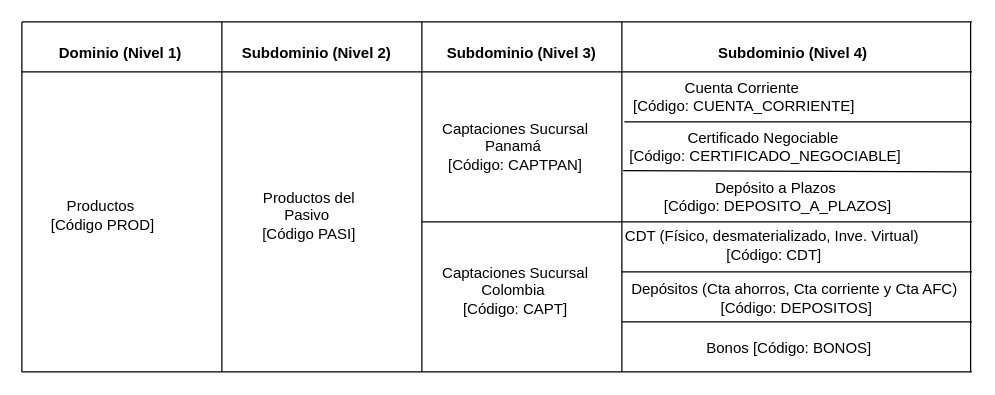
rdlarosa2/x4 keeps this draw.io diagram as page "TablaCodigosProductos_MediosDePago" (9 of 15) of InversionVirtual.drawio. Above is the earlier version. Source tidied: cells renumbered, new cells numbered last; positions are measured from the earlier drawing's top-left corner, leaving out a move shared by most shapes. Both pictures are drawn from the tidied source at 125%, with x=0, y=0 at pixel (21, 21).
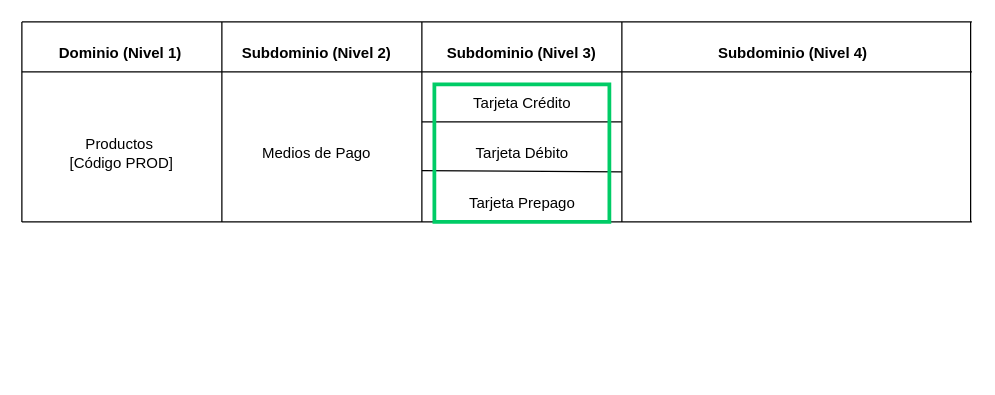
After the change.

Change to the diagram source:
```diff
@@
-    <mxCell id="2" style="group;" parent="1" vertex="1">
-      <mxGeometry width="760" height="280" as="geometry" />
-    </mxCell>
-    <mxCell id="3" style="endArrow=none;html=1;rounded=0;fontFamily=Helvetica;fontSize=12;fontColor=default;" parent="2" edge="1">
+    <mxCell id="3" style="endArrow=none;html=1;rounded=0;fontFamily=Helvetica;fontSize=12;fontColor=default;" parent="1" edge="1">
       <mxGeometry relative="1" as="geometry">
         <mxPoint as="sourcePoint" />
         <mxPoint x="760" as="targetPoint" />
       </mxGeometry>
     </mxCell>
-    <mxCell id="4" style="endArrow=none;html=1;rounded=0;fontFamily=Helvetica;fontSize=12;fontColor=default;" parent="2" edge="1">
+    <mxCell id="4" style="endArrow=none;html=1;rounded=0;fontFamily=Helvetica;fontSize=12;fontColor=default;" parent="1" edge="1">
       <mxGeometry relative="1" as="geometry">
         <mxPoint y="40" as="sourcePoint" />
         <mxPoint x="760" y="40" as="targetPoint" />
       </mxGeometry>
     </mxCell>
-    <mxCell id="5" value="&lt;b&gt;Dominio (Nivel 1)&lt;/b&gt;" style="text;html=1;whiteSpace=wrap;strokeColor=none;fillColor=none;align=center;verticalAlign=middle;rounded=0;" parent="2" vertex="1">
+    <mxCell id="5" value="&lt;b&gt;Dominio (Nivel 1)&lt;/b&gt;" style="text;html=1;whiteSpace=wrap;strokeColor=none;fillColor=none;align=center;verticalAlign=middle;rounded=0;" parent="1" vertex="1">
       <mxGeometry x="24" y="10" width="110" height="30" as="geometry" />
     </mxCell>
-    <mxCell id="6" style="endArrow=none;html=1;rounded=0;fontFamily=Helvetica;fontSize=12;fontColor=default;" parent="2" edge="1">
+    <mxCell id="6" style="endArrow=none;html=1;rounded=0;fontFamily=Helvetica;fontSize=12;fontColor=default;" parent="1" edge="1">
       <mxGeometry relative="1" as="geometry">
-        <mxPoint y="280" as="sourcePoint" />
+        <mxPoint y="160" as="sourcePoint" />
         <mxPoint as="targetPoint" />
       </mxGeometry>
     </mxCell>
-    <mxCell id="7" style="endArrow=none;html=1;rounded=0;fontFamily=Helvetica;fontSize=12;fontColor=default;" parent="2" edge="1">
+    <mxCell id="7" style="endArrow=none;html=1;rounded=0;fontFamily=Helvetica;fontSize=12;fontColor=default;" parent="1" edge="1">
       <mxGeometry relative="1" as="geometry">
-        <mxPoint x="160" y="280" as="sourcePoint" />
+        <mxPoint x="160" y="160" as="sourcePoint" />
         <mxPoint x="160" as="targetPoint" />
       </mxGeometry>
     </mxCell>
-    <mxCell id="8" style="endArrow=none;html=1;rounded=0;fontFamily=Helvetica;fontSize=12;fontColor=default;" parent="2" edge="1">
+    <mxCell id="8" style="endArrow=none;html=1;rounded=0;fontFamily=Helvetica;fontSize=12;fontColor=default;" parent="1" edge="1">
       <mxGeometry relative="1" as="geometry">
-        <mxPoint x="320" y="280" as="sourcePoint" />
+        <mxPoint x="320" y="160" as="sourcePoint" />
         <mxPoint x="320" as="targetPoint" />
       </mxGeometry>
     </mxCell>
-    <mxCell id="9" style="endArrow=none;html=1;rounded=0;fontFamily=Helvetica;fontSize=12;fontColor=default;" parent="2" edge="1">
+    <mxCell id="9" style="endArrow=none;html=1;rounded=0;fontFamily=Helvetica;fontSize=12;fontColor=default;" parent="1" edge="1">
       <mxGeometry relative="1" as="geometry">
-        <mxPoint x="480" y="280" as="sourcePoint" />
+        <mxPoint x="480" y="160" as="sourcePoint" />
         <mxPoint x="480" as="targetPoint" />
       </mxGeometry>
     </mxCell>
-    <mxCell id="10" style="endArrow=none;html=1;rounded=0;fontFamily=Helvetica;fontSize=12;fontColor=default;" parent="2" edge="1">
+    <mxCell id="10" style="endArrow=none;html=1;rounded=0;fontFamily=Helvetica;fontSize=12;fontColor=default;" parent="1" edge="1">
       <mxGeometry relative="1" as="geometry">
-        <mxPoint x="759" y="280" as="sourcePoint" />
+        <mxPoint x="759" y="160" as="sourcePoint" />
         <mxPoint x="759" as="targetPoint" />
       </mxGeometry>
     </mxCell>
-    <mxCell id="11" style="endArrow=none;html=1;rounded=0;fontFamily=Helvetica;fontSize=12;fontColor=default;" parent="2" edge="1">
-      <mxGeometry relative="1" as="geometry">
-        <mxPoint y="280" as="sourcePoint" />
-        <mxPoint x="760" y="280" as="targetPoint" />
-      </mxGeometry>
-    </mxCell>
-    <mxCell id="12" value="&lt;b&gt;Subdominio (Nivel 2)&lt;/b&gt;" style="text;html=1;whiteSpace=wrap;strokeColor=none;fillColor=none;align=center;verticalAlign=middle;rounded=0;" parent="2" vertex="1">
+    <mxCell id="12" value="&lt;b&gt;Subdominio (Nivel 2)&lt;/b&gt;" style="text;html=1;whiteSpace=wrap;strokeColor=none;fillColor=none;align=center;verticalAlign=middle;rounded=0;" parent="1" vertex="1">
       <mxGeometry x="166" y="10" width="140" height="30" as="geometry" />
     </mxCell>
-    <mxCell id="13" value="&lt;b&gt;Subdominio (Nivel 3)&lt;/b&gt;" style="text;html=1;whiteSpace=wrap;strokeColor=none;fillColor=none;align=center;verticalAlign=middle;rounded=0;" parent="2" vertex="1">
+    <mxCell id="13" value="&lt;b&gt;Subdominio (Nivel 3)&lt;/b&gt;" style="text;html=1;whiteSpace=wrap;strokeColor=none;fillColor=none;align=center;verticalAlign=middle;rounded=0;" parent="1" vertex="1">
       <mxGeometry x="330" y="10" width="140" height="30" as="geometry" />
     </mxCell>
-    <mxCell id="14" value="&lt;b&gt;Subdominio (Nivel 4)&lt;/b&gt;" style="text;html=1;whiteSpace=wrap;strokeColor=none;fillColor=none;align=center;verticalAlign=middle;rounded=0;" parent="2" vertex="1">
+    <mxCell id="14" value="&lt;b&gt;Subdominio (Nivel 4)&lt;/b&gt;" style="text;html=1;whiteSpace=wrap;strokeColor=none;fillColor=none;align=center;verticalAlign=middle;rounded=0;" parent="1" vertex="1">
       <mxGeometry x="547" y="10" width="140" height="30" as="geometry" />
     </mxCell>
-    <mxCell id="15" style="endArrow=none;html=1;rounded=0;fontFamily=Helvetica;fontSize=12;fontColor=default;" parent="2" edge="1">
-      <mxGeometry relative="1" as="geometry">
-        <mxPoint x="480" y="200" as="sourcePoint" />
-        <mxPoint x="760" y="200" as="targetPoint" />
-      </mxGeometry>
-    </mxCell>
-    <mxCell id="16" style="endArrow=none;html=1;rounded=0;fontFamily=Helvetica;fontSize=12;fontColor=default;" parent="2" edge="1">
-      <mxGeometry relative="1" as="geometry">
-        <mxPoint x="480" y="240" as="sourcePoint" />
-        <mxPoint x="760" y="240" as="targetPoint" />
-      </mxGeometry>
-    </mxCell>
-    <mxCell id="17" style="endArrow=none;html=1;rounded=0;fontFamily=Helvetica;fontSize=12;fontColor=default;exitX=0.043;exitY=1.167;exitDx=0;exitDy=0;exitPerimeter=0;" parent="2" edge="1" source="20">
+    <mxCell id="17" style="endArrow=none;html=1;rounded=0;fontFamily=Helvetica;fontSize=12;fontColor=default;exitX=0.043;exitY=1.167;exitDx=0;exitDy=0;exitPerimeter=0;entryX=0.033;entryY=1.167;entryDx=0;entryDy=0;entryPerimeter=0;" parent="1" edge="1">
       <mxGeometry relative="1" as="geometry">
-        <mxPoint x="760" y="80" as="targetPoint" />
+        <mxPoint x="320" y="80" as="sourcePoint" />
+        <mxPoint x="479.9" y="80" as="targetPoint" />
       </mxGeometry>
     </mxCell>
-    <mxCell id="18" value="Productos&amp;nbsp;&lt;div&gt;[Código PROD]&lt;/div&gt;" style="text;html=1;whiteSpace=wrap;strokeColor=none;fillColor=none;align=center;verticalAlign=middle;rounded=0;" parent="2" vertex="1">
-      <mxGeometry x="10" y="140" width="110" height="30" as="geometry" />
+    <mxCell id="18" value="Productos&amp;nbsp;&lt;div&gt;[Código PROD]&lt;/div&gt;" style="text;html=1;whiteSpace=wrap;strokeColor=none;fillColor=none;align=center;verticalAlign=middle;rounded=0;" parent="1" vertex="1">
+      <mxGeometry x="25" y="90" width="110" height="30" as="geometry" />
     </mxCell>
-    <mxCell id="19" value="Productos del Pasivo&amp;nbsp;&lt;div&gt;[Código PASI]&lt;/div&gt;" style="text;html=1;whiteSpace=wrap;strokeColor=none;fillColor=none;align=center;verticalAlign=middle;rounded=0;" parent="2" vertex="1">
-      <mxGeometry x="175" y="140" width="110" height="30" as="geometry" />
+    <mxCell id="19" value="Medios de Pago" style="text;html=1;whiteSpace=wrap;strokeColor=none;fillColor=none;align=center;verticalAlign=middle;rounded=0;" parent="1" vertex="1">
+      <mxGeometry x="181" y="90" width="110" height="30" as="geometry" />
     </mxCell>
-    <mxCell id="20" value="Cuenta Corriente&amp;nbsp;&lt;div&gt;[Código: CUENTA_CORRIENTE]&lt;/div&gt;" style="text;html=1;whiteSpace=wrap;strokeColor=none;fillColor=none;align=center;verticalAlign=middle;rounded=0;" parent="2" vertex="1">
-      <mxGeometry x="473" y="45" width="210" height="30" as="geometry" />
-    </mxCell>
-    <mxCell id="21" style="endArrow=none;html=1;rounded=0;fontFamily=Helvetica;fontSize=12;fontColor=default;" parent="2" edge="1">
+    <mxCell id="21" style="endArrow=none;html=1;rounded=0;fontFamily=Helvetica;fontSize=12;fontColor=default;" parent="1" edge="1">
       <mxGeometry relative="1" as="geometry">
-        <mxPoint x="481" y="119" as="sourcePoint" />
-        <mxPoint x="760" y="120" as="targetPoint" />
+        <mxPoint x="320" y="119" as="sourcePoint" />
+        <mxPoint x="480" y="120" as="targetPoint" />
       </mxGeometry>
     </mxCell>
-    <mxCell id="22" value="&lt;font&gt;Certificado Negociable&amp;nbsp;&lt;/font&gt;&lt;div&gt;&lt;font&gt;[Código: CERTIFICADO_NEGOCIABLE]&lt;/font&gt;&lt;/div&gt;" style="text;html=1;whiteSpace=wrap;strokeColor=none;fillColor=none;align=center;verticalAlign=middle;rounded=0;" parent="2" vertex="1">
-      <mxGeometry x="470" y="85" width="250" height="30" as="geometry" />
-    </mxCell>
-    <mxCell id="23" value="&lt;font&gt;Depósito a Plazos&amp;nbsp;&lt;/font&gt;&lt;div&gt;&lt;font&gt;[Código: DEPOSITO_A_PLAZOS]&lt;/font&gt;&lt;/div&gt;" style="text;html=1;whiteSpace=wrap;strokeColor=none;fillColor=none;align=center;verticalAlign=middle;rounded=0;" parent="2" vertex="1">
-      <mxGeometry x="500" y="125" width="210" height="30" as="geometry" />
-    </mxCell>
-    <mxCell id="24" value="Captaciones&amp;nbsp;Sucursal Panamá&amp;nbsp;&lt;div&gt;[Código: CAPTPAN]&lt;/div&gt;" style="text;html=1;whiteSpace=wrap;strokeColor=none;fillColor=none;align=center;verticalAlign=middle;rounded=0;" parent="2" vertex="1">
-      <mxGeometry x="340" y="85" width="110" height="30" as="geometry" />
-    </mxCell>
-    <mxCell id="25" value="Captaciones&amp;nbsp;Sucursal Colombia&amp;nbsp;&lt;div&gt;[Código: CAPT]&lt;/div&gt;" style="text;html=1;whiteSpace=wrap;strokeColor=none;fillColor=none;align=center;verticalAlign=middle;rounded=0;" parent="2" vertex="1">
-      <mxGeometry x="340" y="200" width="110" height="30" as="geometry" />
-    </mxCell>
-    <mxCell id="26" value="CDT (Físico, desmaterializado, Inve. Virtual)&amp;nbsp;&lt;div&gt;[Código: CDT]&lt;/div&gt;" style="text;html=1;whiteSpace=wrap;strokeColor=none;fillColor=none;align=center;verticalAlign=middle;rounded=0;" parent="2" vertex="1">
-      <mxGeometry x="462" y="164" width="280" height="30" as="geometry" />
+    <mxCell id="26" value="Tarjeta Crédito" style="text;html=1;whiteSpace=wrap;strokeColor=none;fillColor=none;align=center;verticalAlign=middle;rounded=0;" parent="1" vertex="1">
+      <mxGeometry x="337.5" y="50" width="125" height="30" as="geometry" />
     </mxCell>
-    <mxCell id="27" style="endArrow=none;html=1;rounded=0;fontFamily=Helvetica;fontSize=12;fontColor=default;" parent="2" edge="1">
+    <mxCell id="27" style="endArrow=none;html=1;rounded=0;fontFamily=Helvetica;fontSize=12;fontColor=default;" parent="1" edge="1">
       <mxGeometry relative="1" as="geometry">
-        <mxPoint x="320" y="160" as="sourcePoint" />
+        <mxPoint y="160" as="sourcePoint" />
         <mxPoint x="760" y="160" as="targetPoint" />
       </mxGeometry>
     </mxCell>
-    <mxCell id="28" value="Depósitos (Cta ahorros, Cta corriente y Cta AFC)&amp;nbsp;&lt;div&gt;[Código: DEPOSITOS]&lt;/div&gt;" style="text;html=1;whiteSpace=wrap;strokeColor=none;fillColor=none;align=center;verticalAlign=middle;rounded=0;" parent="2" vertex="1">
-      <mxGeometry x="480" y="206" width="280" height="30" as="geometry" />
-    </mxCell>
-    <mxCell id="29" value="Bonos&amp;nbsp;&lt;span style=&quot;background-color: transparent; color: light-dark(rgb(0, 0, 0), rgb(255, 255, 255));&quot;&gt;[Código: BONOS]&lt;/span&gt;" style="text;html=1;whiteSpace=wrap;strokeColor=none;fillColor=none;align=center;verticalAlign=middle;rounded=0;" parent="2" vertex="1">
-      <mxGeometry x="474" y="246" width="280" height="30" as="geometry" />
-    </mxCell>
+    <mxCell id="30" value="Tarjeta Débito" style="text;html=1;whiteSpace=wrap;strokeColor=none;fillColor=none;align=center;verticalAlign=middle;rounded=0;" parent="1" vertex="1">
+      <mxGeometry x="337.5" y="90" width="125" height="30" as="geometry" />
+    </mxCell>
+    <mxCell id="31" value="Tarjeta Prepago" style="text;html=1;whiteSpace=wrap;strokeColor=none;fillColor=none;align=center;verticalAlign=middle;rounded=0;" parent="1" vertex="1">
+      <mxGeometry x="337.5" y="130" width="125" height="30" as="geometry" />
+    </mxCell>
+    <mxCell id="32" style="rounded=0;whiteSpace=wrap;html=1;fillColor=none;strokeColor=#00CC66;strokeWidth=3;" parent="1" vertex="1">
+      <mxGeometry x="330" y="50" width="140" height="110" as="geometry" />
+    </mxCell>
```
